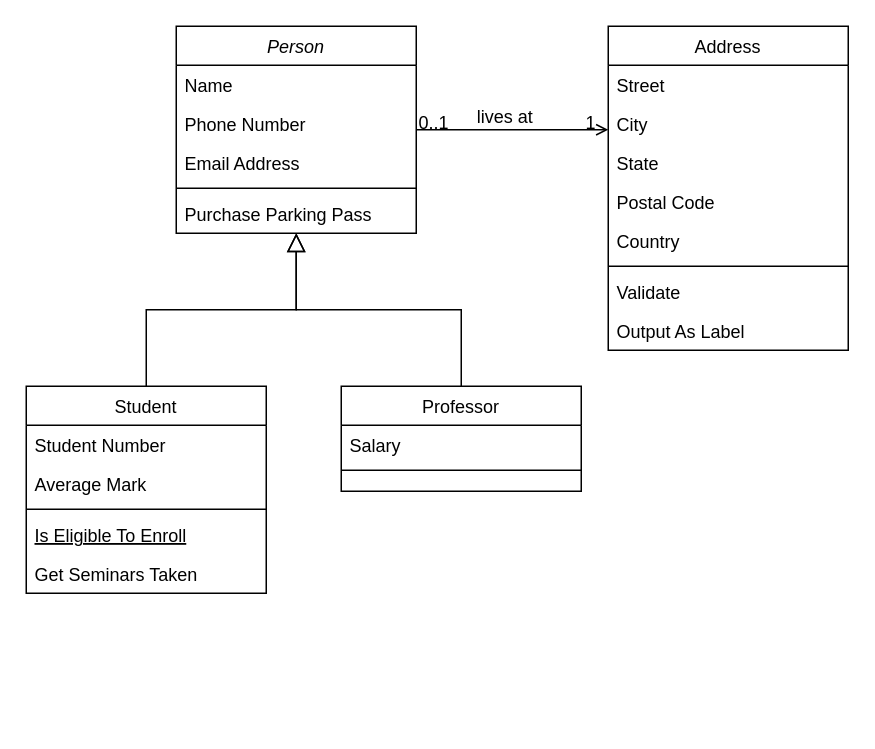
This is Untitled Diagram.drawio from ismail-en-niou/big-data, a draw.io file, before an edit. Source tidied: cells renumbered, new cells numbered last; positions are measured from the earlier drawing's top-left corner, leaving out a move shared by most shapes. Both pictures are drawn from the tidied source at 150%, with x=0, y=0 at pixel (26, 26).
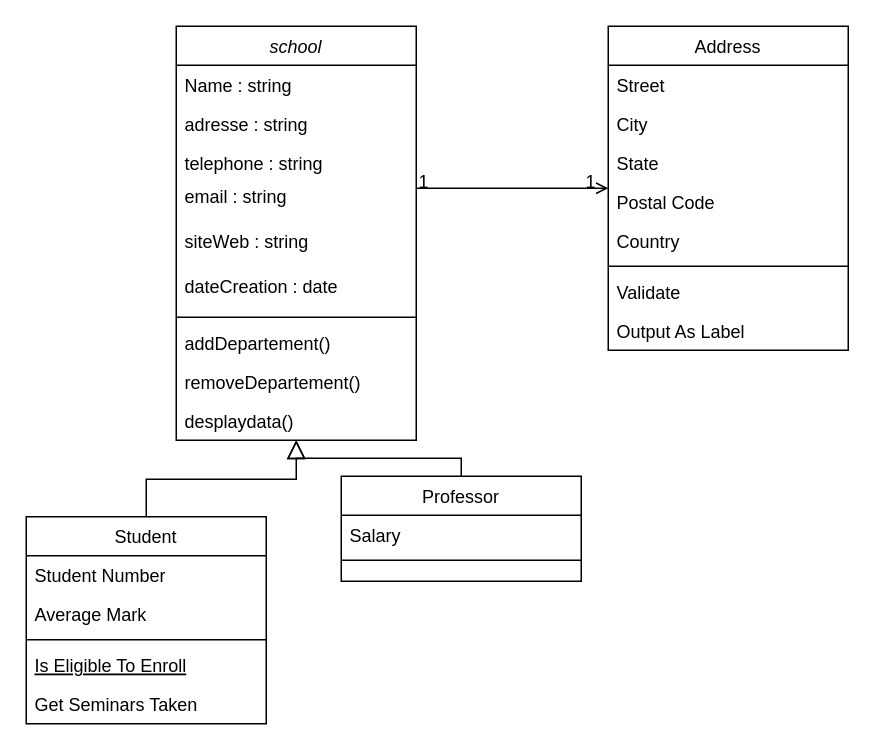
Above is the later version.

Unchanged cells that the change refers to:
```xml
<mxCell id="28" style="endArrow=open;shadow=0;strokeWidth=1;rounded=0;curved=0;endFill=1;edgeStyle=elbowEdgeStyle;elbow=vertical;" parent="1" edge="1" source="2" target="19">
  <mxGeometry x="0.5" y="41" relative="1" as="geometry">
    <mxPoint x="-40" y="32" as="offset" />
  </mxGeometry>
</mxCell>
```

Change to the diagram source:
```diff
@@
-    <mxCell id="2" value="Person" style="swimlane;fontStyle=2;align=center;verticalAlign=top;horizontal=1;startSize=26;rounded=0;shadow=0;strokeWidth=1;" parent="1" vertex="1">
-      <mxGeometry x="100" width="160" height="138" as="geometry" />
+    <mxCell id="2" value="school" style="swimlane;fontStyle=2;align=center;verticalAlign=top;horizontal=1;startSize=26;rounded=0;shadow=0;strokeWidth=1;" parent="1" vertex="1">
+      <mxGeometry x="100" width="160" height="276" as="geometry" />
     </mxCell>
-    <mxCell id="3" value="Name" style="text;align=left;verticalAlign=top;spacingLeft=4;spacingRight=4;overflow=hidden;" parent="2" vertex="1">
+    <mxCell id="3" value="Name : string" style="text;align=left;verticalAlign=top;spacingLeft=4;spacingRight=4;overflow=hidden;" parent="2" vertex="1">
       <mxGeometry y="26" width="160" height="26" as="geometry" />
     </mxCell>
-    <mxCell id="4" value="Phone Number" style="text;align=left;verticalAlign=top;spacingLeft=4;spacingRight=4;overflow=hidden;rounded=0;shadow=0;html=0;" parent="2" vertex="1">
+    <mxCell id="4" value="adresse : string" style="text;align=left;verticalAlign=top;spacingLeft=4;spacingRight=4;overflow=hidden;rounded=0;shadow=0;html=0;" parent="2" vertex="1">
       <mxGeometry y="52" width="160" height="26" as="geometry" />
     </mxCell>
-    <mxCell id="5" value="Email Address" style="text;align=left;verticalAlign=top;spacingLeft=4;spacingRight=4;overflow=hidden;rounded=0;shadow=0;html=0;" parent="2" vertex="1">
-      <mxGeometry y="78" width="160" height="26" as="geometry" />
+    <mxCell id="5" value="telephone : string" style="text;align=left;verticalAlign=top;spacingLeft=4;spacingRight=4;overflow=hidden;rounded=0;shadow=0;html=0;" parent="2" vertex="1">
+      <mxGeometry y="78" width="160" height="22" as="geometry" />
     </mxCell>
+    <mxCell id="32" value="email : string " style="text;align=left;verticalAlign=top;spacingLeft=4;spacingRight=4;overflow=hidden;rounded=0;shadow=0;html=0;" parent="2" vertex="1">
+      <mxGeometry y="100" width="160" height="30" as="geometry" />
+    </mxCell>
+    <mxCell id="33" value="siteWeb : string " style="text;align=left;verticalAlign=top;spacingLeft=4;spacingRight=4;overflow=hidden;rounded=0;shadow=0;html=0;" parent="2" vertex="1">
+      <mxGeometry y="130" width="160" height="30" as="geometry" />
+    </mxCell>
+    <mxCell id="34" value="dateCreation : date " style="text;align=left;verticalAlign=top;spacingLeft=4;spacingRight=4;overflow=hidden;rounded=0;shadow=0;html=0;" parent="2" vertex="1">
+      <mxGeometry y="160" width="160" height="30" as="geometry" />
+    </mxCell>
     <mxCell id="6" style="line;html=1;strokeWidth=1;align=left;verticalAlign=middle;spacingTop=-1;spacingLeft=3;spacingRight=3;labelPosition=right;" parent="2" vertex="1">
-      <mxGeometry y="104" width="160" height="8" as="geometry" />
+      <mxGeometry y="190" width="160" height="8" as="geometry" />
     </mxCell>
+    <mxCell id="35" value="addDepartement()" style="text;align=left;verticalAlign=top;spacingLeft=4;spacingRight=4;overflow=hidden;" parent="2" vertex="1">
+      <mxGeometry y="198" width="160" height="26" as="geometry" />
+    </mxCell>
+    <mxCell id="36" value="removeDepartement()" style="text;align=left;verticalAlign=top;spacingLeft=4;spacingRight=4;overflow=hidden;" parent="2" vertex="1">
+      <mxGeometry y="224" width="160" height="26" as="geometry" />
+    </mxCell>
-    <mxCell id="7" value="Purchase Parking Pass" style="text;align=left;verticalAlign=top;spacingLeft=4;spacingRight=4;overflow=hidden;" parent="2" vertex="1">
-      <mxGeometry y="112" width="160" height="26" as="geometry" />
+    <mxCell id="7" value="desplaydata()" style="text;align=left;verticalAlign=top;spacingLeft=4;spacingRight=4;overflow=hidden;" parent="2" vertex="1">
+      <mxGeometry y="250" width="160" height="26" as="geometry" />
     </mxCell>
     <mxCell id="8" value="Student" style="swimlane;fontStyle=0;align=center;verticalAlign=top;horizontal=1;startSize=26;rounded=0;shadow=0;strokeWidth=1;" parent="1" vertex="1">
-      <mxGeometry y="240" width="160" height="138" as="geometry" />
+      <mxGeometry y="327" width="160" height="138" as="geometry" />
     </mxCell>
@@
     <mxCell id="15" value="Professor" style="swimlane;fontStyle=0;align=center;verticalAlign=top;horizontal=1;startSize=26;rounded=0;shadow=0;strokeWidth=1;" parent="1" vertex="1">
-      <mxGeometry x="210" y="240" width="160" height="70" as="geometry" />
+      <mxGeometry x="210" y="300" width="160" height="70" as="geometry" />
     </mxCell>
@@
-    <mxCell id="29" value="0..1" style="align=left;verticalAlign=bottom;labelBackgroundColor=none;fontSize=12;" parent="28" vertex="1">
+    <mxCell id="29" value="1" style="align=left;verticalAlign=bottom;labelBackgroundColor=none;fontSize=12;" parent="28" vertex="1">
       <mxGeometry x="-1" relative="1" as="geometry">
         <mxPoint y="4" as="offset" />
       </mxGeometry>
     </mxCell>
@@
-    <mxCell id="31" value="lives at" style="text;html=1;align=center;verticalAlign=middle;labelBackgroundColor=none;rounded=0;shadow=0;strokeWidth=1;fontSize=12;" parent="28" vertex="1">
-      <mxGeometry x="0.5" y="49" relative="1" as="geometry">
-        <mxPoint x="-38" y="40" as="offset" />
-      </mxGeometry>
-    </mxCell>
```
